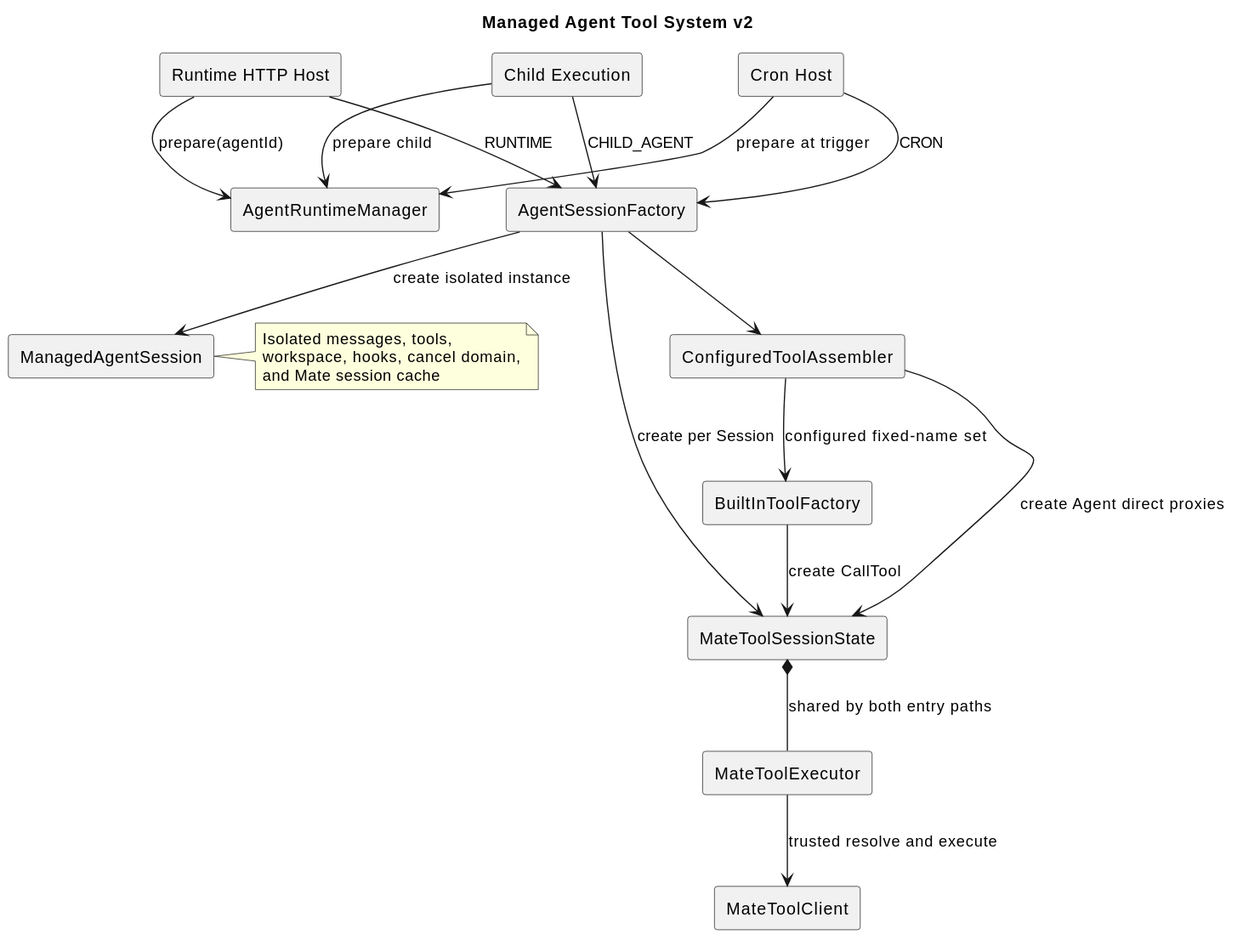
Before: docs/designs/tool-system-v2/tool_system_architecture.svg, a diagram exported from PlantUML (2862282695gjh-afk/pi-mono-java).
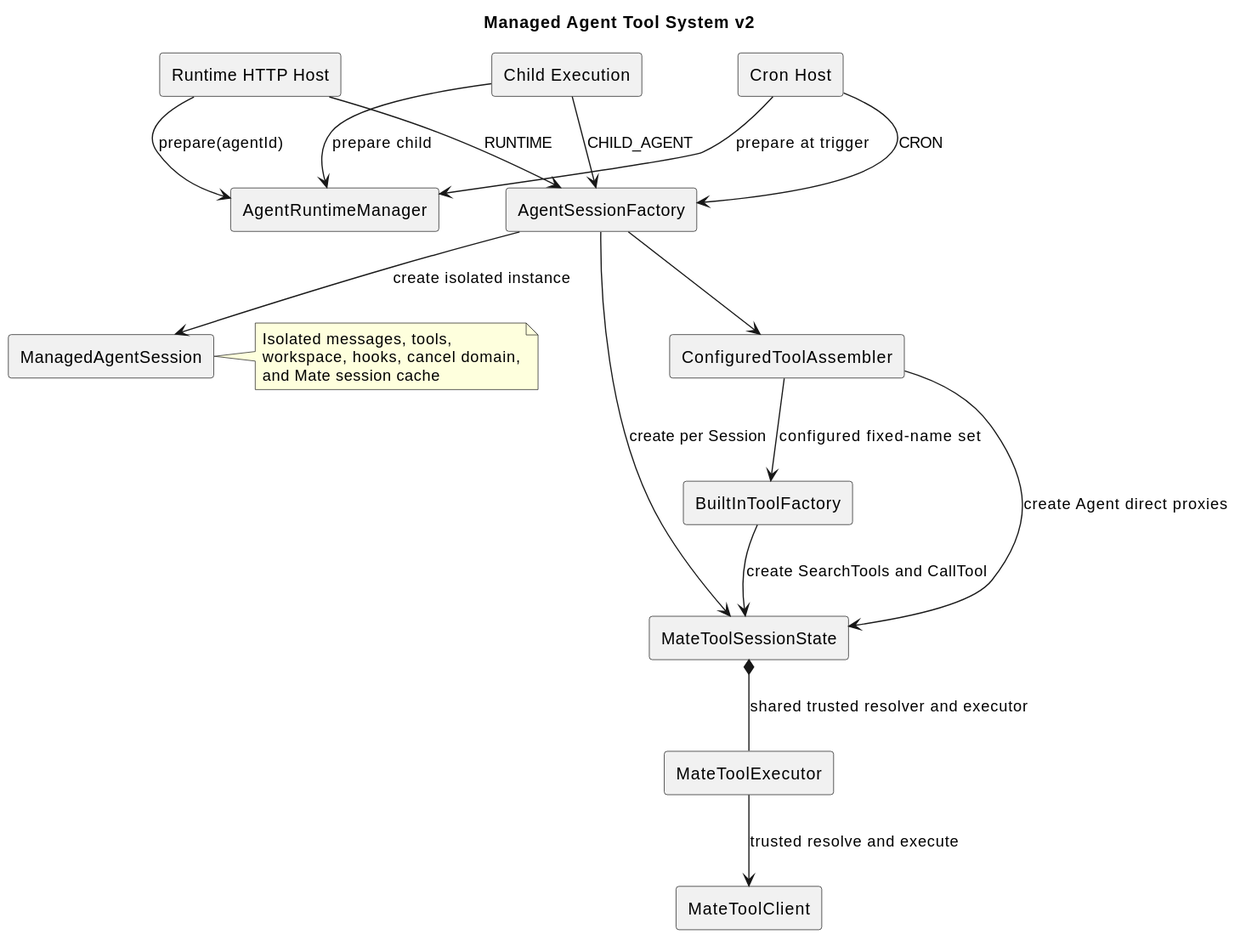
After the change.

Commit message:
docs(tool): 对齐精确工具发现实现

Change to the diagram source:
```diff
@@ -26,8 +26,8 @@
 Assembler --> ToolFactory : configured fixed-name set
 Factory --> State : create per Session
 Assembler --> State : create Agent direct proxies
-ToolFactory --> State : create CallTool
-State *-- Executor : shared by both entry paths
+ToolFactory --> State : create SearchTools and CallTool
+State *-- Executor : shared trusted resolver and executor
 Executor --> Mate : trusted resolve and execute
 note right of Session
   Isolated messages, tools,
```
